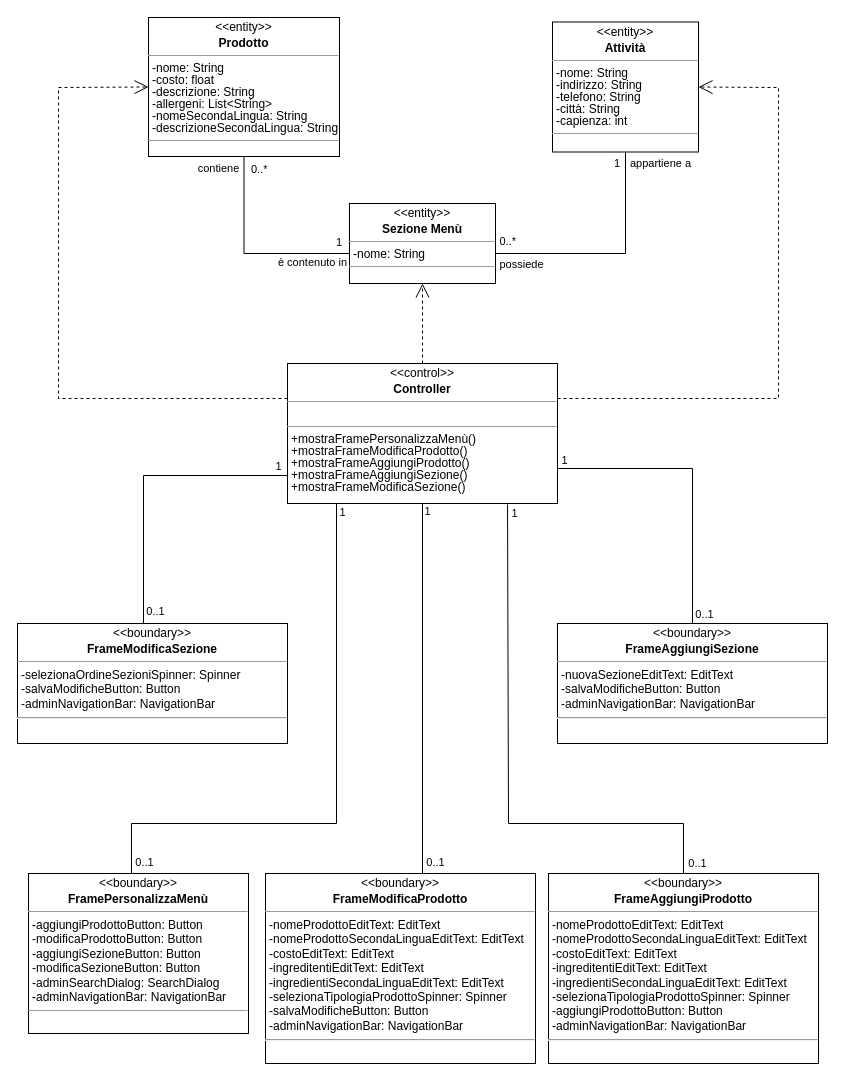
The draw.io diagram Documentazione/Class Diagram/Analisi/drawio/Analysis Class Diagram - Personalizza menù.drawio in vittorioruggiero/Progetto-IngSw, before the edit. Source tidied: cells renumbered, new cells numbered last; positions are measured from the earlier drawing's top-left corner, leaving out a move shared by most shapes. Both pictures are drawn from the tidied source at 100%, with x=0, y=0 at pixel (17, 17).
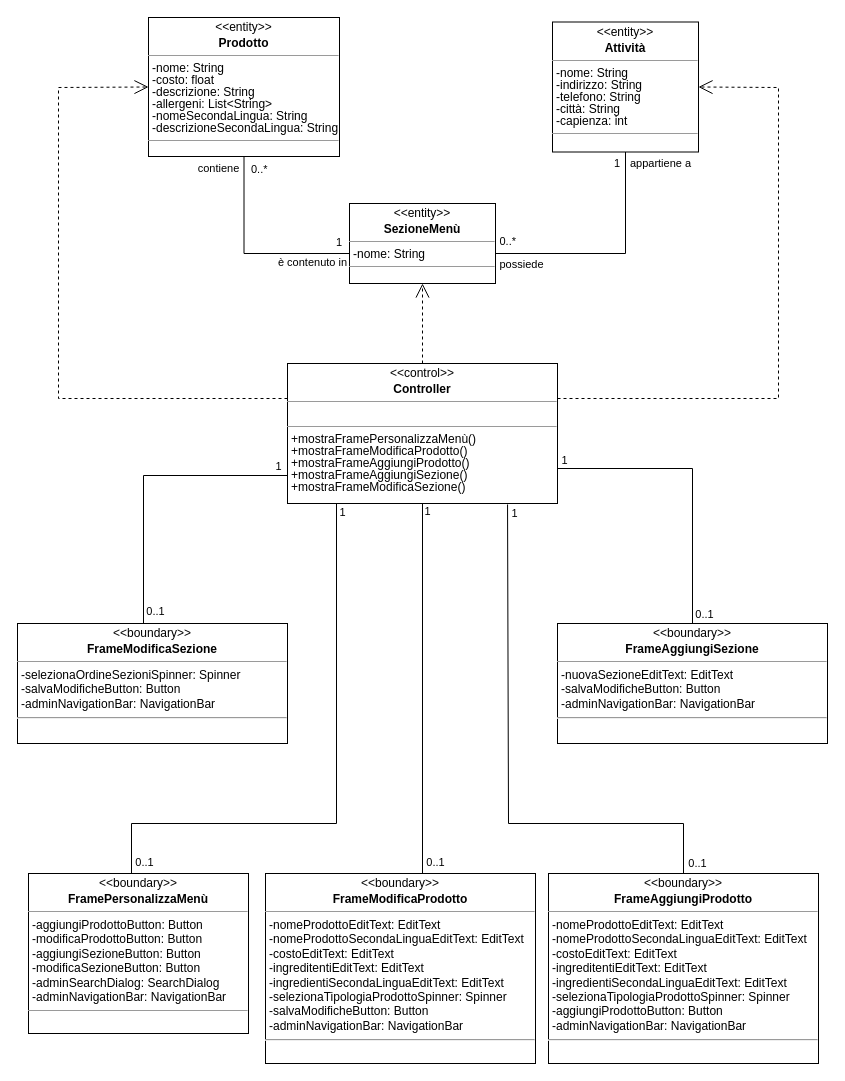
Above is the later version.

Change to the diagram source:
```diff
@@
-    <mxCell id="9" value="&lt;p style=&quot;margin: 4px 0px 0px; text-align: center; line-height: 100%;&quot;&gt;&amp;lt;&amp;lt;entity&amp;gt;&amp;gt;&lt;/p&gt;&lt;p style=&quot;margin: 4px 0px 0px; text-align: center; line-height: 100%;&quot;&gt;&lt;b&gt;Sezione Menù&lt;/b&gt;&lt;/p&gt;&lt;hr style=&quot;line-height: 100%;&quot; size=&quot;1&quot;&gt;&lt;p style=&quot;margin: 0px 0px 0px 4px; line-height: 100%;&quot;&gt;-nome: String&lt;/p&gt;&lt;hr style=&quot;line-height: 100%;&quot; size=&quot;1&quot;&gt;&lt;p style=&quot;margin: 0px 0px 0px 4px; line-height: 100%;&quot;&gt;&lt;br&gt;&lt;/p&gt;" style="verticalAlign=top;align=left;overflow=fill;fontSize=12;fontFamily=Helvetica;html=1;" parent="1" vertex="1">
+    <mxCell id="9" value="&lt;p style=&quot;margin: 4px 0px 0px; text-align: center; line-height: 100%;&quot;&gt;&amp;lt;&amp;lt;entity&amp;gt;&amp;gt;&lt;/p&gt;&lt;p style=&quot;margin: 4px 0px 0px; text-align: center; line-height: 100%;&quot;&gt;&lt;b&gt;SezioneMenù&lt;/b&gt;&lt;/p&gt;&lt;hr style=&quot;line-height: 100%;&quot; size=&quot;1&quot;&gt;&lt;p style=&quot;margin: 0px 0px 0px 4px; line-height: 100%;&quot;&gt;-nome: String&lt;/p&gt;&lt;hr style=&quot;line-height: 100%;&quot; size=&quot;1&quot;&gt;&lt;p style=&quot;margin: 0px 0px 0px 4px; line-height: 100%;&quot;&gt;&lt;br&gt;&lt;/p&gt;" style="verticalAlign=top;align=left;overflow=fill;fontSize=12;fontFamily=Helvetica;html=1;" parent="1" vertex="1">
       <mxGeometry x="332" y="186" width="146" height="80" as="geometry" />
     </mxCell>
```
